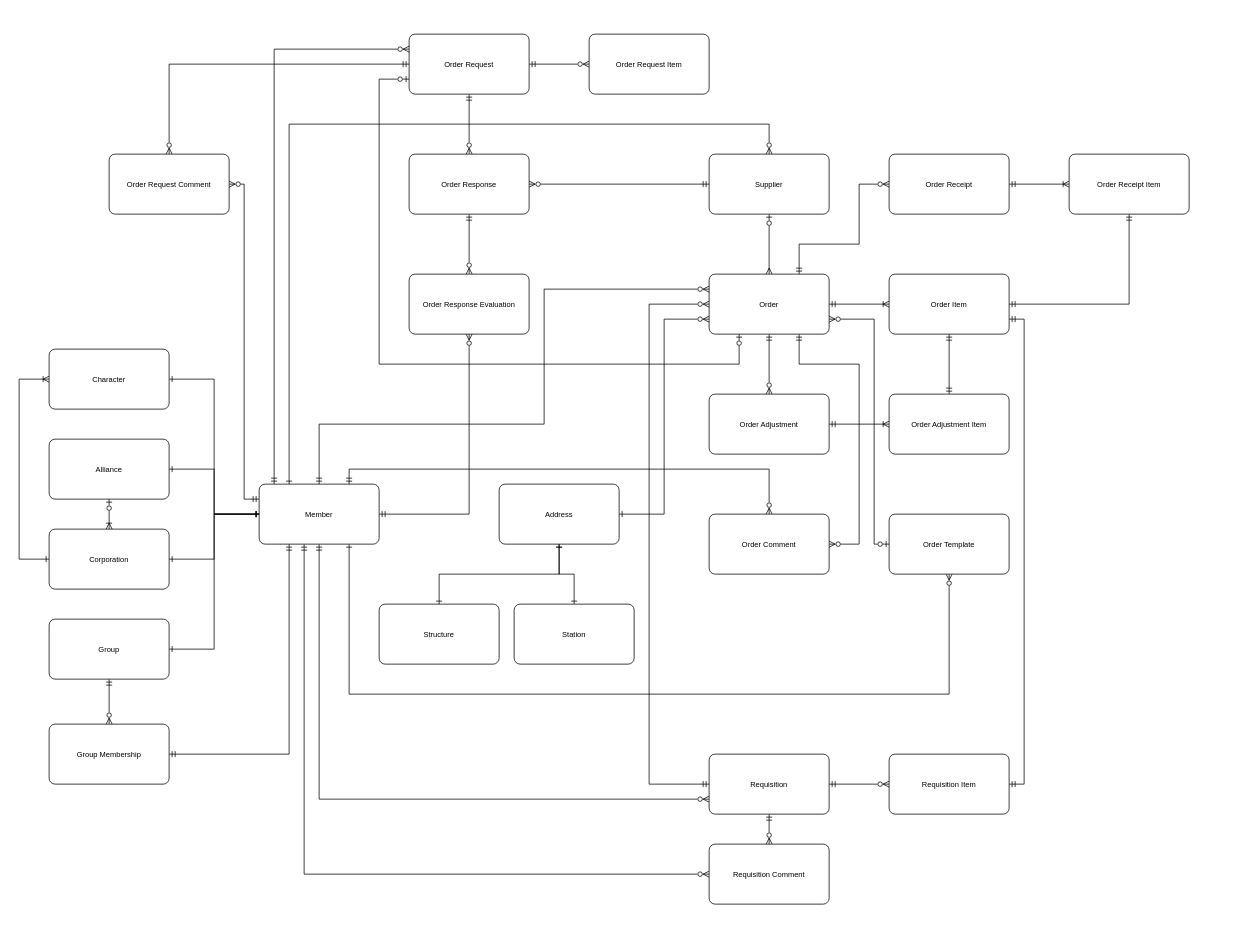
This is page "Master ERD" (1 of 2) of Procurement.drawio from bokoboshahni/jove-diagrams, a draw.io file, before an edit. Source tidied: cells renumbered, new cells numbered last; positions are measured from the earlier drawing's top-left corner, leaving out a move shared by most shapes. Both pictures are drawn from the tidied source at 75%, with x=0, y=0 at pixel (19, 34).
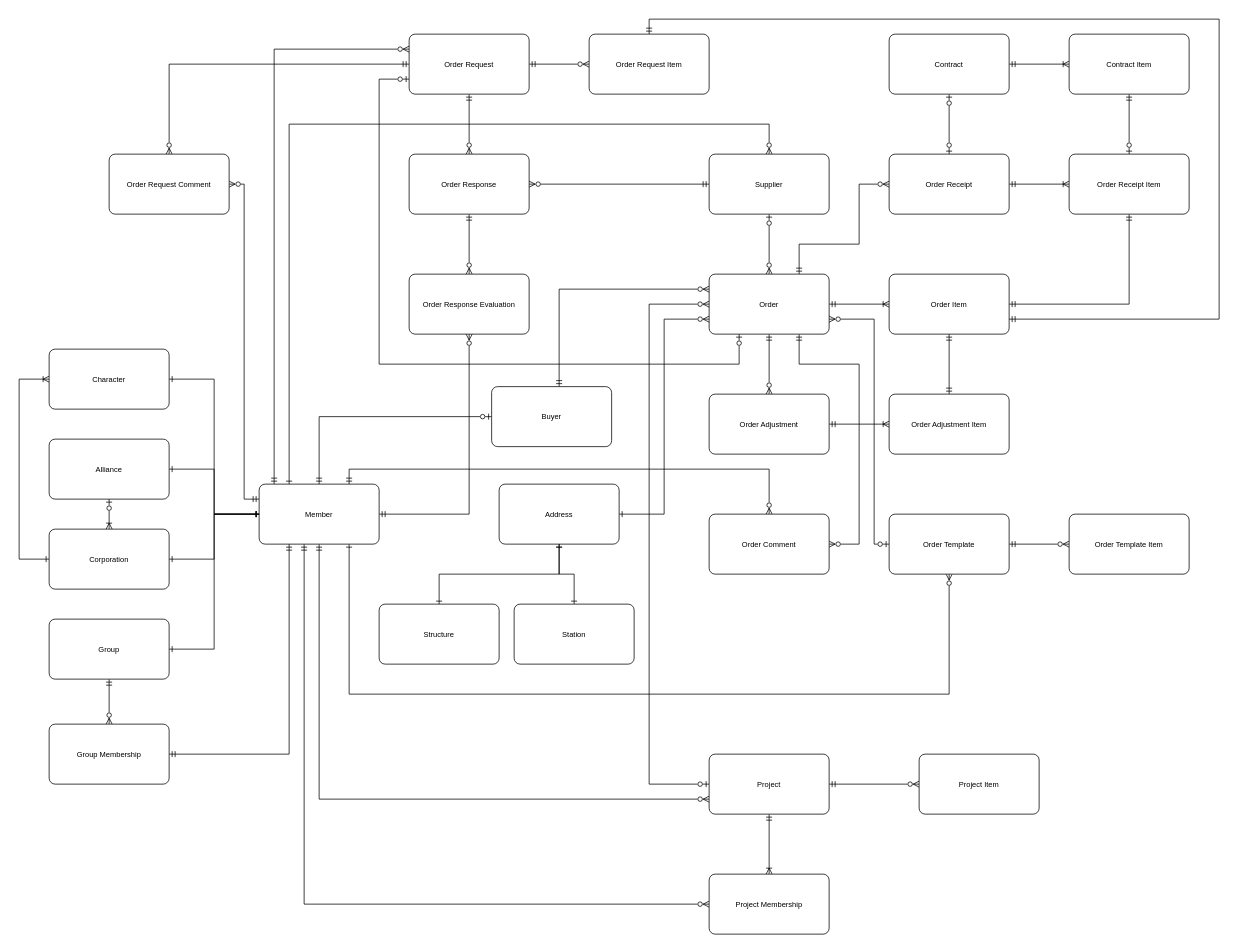
The same page after the edit.

The change refers to these unchanged cells:
```xml
<mxCell id="7" value="Order" style="rounded=1;arcSize=10;whiteSpace=wrap;html=1;align=center;fontSize=10;" parent="1" vertex="1">
  <mxGeometry x="920" y="320" width="160" height="80" as="geometry" />
</mxCell>
<mxCell id="9" value="Order Item" style="rounded=1;arcSize=10;whiteSpace=wrap;html=1;align=center;fontSize=10;" parent="1" vertex="1">
  <mxGeometry x="1160" y="320" width="160" height="80" as="geometry" />
</mxCell>
<mxCell id="19" value="Order Request Item" style="rounded=1;arcSize=10;whiteSpace=wrap;html=1;align=center;fontSize=10;" parent="1" vertex="1">
  <mxGeometry x="760" width="160" height="80" as="geometry" />
</mxCell>
<mxCell id="25" value="Supplier" style="rounded=1;arcSize=10;whiteSpace=wrap;html=1;align=center;fontSize=10;" parent="1" vertex="1">
  <mxGeometry x="920" y="160" width="160" height="80" as="geometry" />
</mxCell>
<mxCell id="27" value="Order Receipt" style="rounded=1;arcSize=10;whiteSpace=wrap;html=1;align=center;fontSize=10;" parent="1" vertex="1">
  <mxGeometry x="1160" y="160" width="160" height="80" as="geometry" />
</mxCell>
<mxCell id="41" value="Member" style="rounded=1;arcSize=10;whiteSpace=wrap;html=1;align=center;fontSize=10;" parent="1" vertex="1">
  <mxGeometry x="320" y="600" width="160" height="80" as="geometry" />
</mxCell>
<mxCell id="43" value="Order Receipt Item" style="rounded=1;arcSize=10;whiteSpace=wrap;html=1;align=center;fontSize=10;" parent="1" vertex="1">
  <mxGeometry x="1400" y="160" width="160" height="80" as="geometry" />
</mxCell>
<mxCell id="61" value="Order Template" style="rounded=1;arcSize=10;whiteSpace=wrap;html=1;align=center;fontSize=10;" parent="1" vertex="1">
  <mxGeometry x="1160" y="640" width="160" height="80" as="geometry" />
</mxCell>
```

Diff of the diagram source:
```diff
@@
-    <mxCell id="2" style="edgeStyle=orthogonalEdgeStyle;rounded=0;jettySize=auto;html=1;fontSize=10;endArrow=ERzeroToOne;endFill=0;startArrow=ERmany;startFill=0;" parent="1" edge="1" source="7" target="25">
+    <mxCell id="2" style="edgeStyle=orthogonalEdgeStyle;rounded=0;jettySize=auto;html=1;fontSize=10;endArrow=ERzeroToOne;endFill=0;startArrow=ERzeroToMany;startFill=0;" parent="1" edge="1" source="7" target="25">
       <mxGeometry relative="1" as="geometry" />
     </mxCell>
@@
-    <mxCell id="8" style="edgeStyle=orthogonalEdgeStyle;rounded=0;jettySize=auto;html=1;entryX=1;entryY=0.5;entryDx=0;entryDy=0;fontSize=10;startArrow=ERmandOne;startFill=0;endArrow=ERmandOne;endFill=0;" parent="1" edge="1" source="9" target="67">
-      <mxGeometry relative="1" as="geometry">
-        <Array as="points">
-          <mxPoint x="1340" y="380" />
-          <mxPoint x="1340" y="1000" />
-        </Array>
-      </mxGeometry>
-    </mxCell>
@@
+    <mxCell id="68" style="edgeStyle=orthogonalEdgeStyle;rounded=0;jettySize=auto;html=1;fontSize=10;startArrow=ERmandOne;startFill=0;endArrow=ERmandOne;endFill=0;strokeWidth=1;" parent="1" edge="1" source="19" target="9">
+      <mxGeometry relative="1" as="geometry">
+        <Array as="points">
+          <mxPoint x="840" y="-20" />
+          <mxPoint x="1600" y="-20" />
+          <mxPoint x="1600" y="380" />
+        </Array>
+      </mxGeometry>
+    </mxCell>
@@
+    <mxCell id="69" style="edgeStyle=orthogonalEdgeStyle;rounded=0;jettySize=auto;html=1;startArrow=ERzeroToOne;startFill=0;endArrow=ERzeroToOne;endFill=0;" parent="1" edge="1" source="27" target="77">
+      <mxGeometry relative="1" as="geometry" />
+    </mxCell>
@@
-    <mxCell id="35" style="edgeStyle=orthogonalEdgeStyle;rounded=0;jettySize=auto;html=1;entryX=0;entryY=0.25;entryDx=0;entryDy=0;fontSize=10;startArrow=ERmandOne;startFill=0;endArrow=ERzeroToMany;endFill=0;" parent="1" edge="1" source="41" target="7">
+    <mxCell id="35" style="edgeStyle=orthogonalEdgeStyle;rounded=0;jettySize=auto;html=1;fontSize=10;startArrow=ERmandOne;startFill=0;endArrow=ERzeroToOne;endFill=0;" parent="1" edge="1" source="41" target="80">
       <mxGeometry relative="1" as="geometry">
         <Array as="points">
-          <mxPoint x="400" y="520" />
-          <mxPoint x="700" y="520" />
-          <mxPoint x="700" y="340" />
+          <mxPoint x="400" y="510" />
         </Array>
       </mxGeometry>
     </mxCell>
@@
-    <mxCell id="40" style="edgeStyle=orthogonalEdgeStyle;rounded=0;jettySize=auto;html=1;entryX=0;entryY=0.5;entryDx=0;entryDy=0;fontSize=10;startArrow=ERmandOne;startFill=0;endArrow=ERzeroToMany;endFill=0;" parent="1" edge="1" source="41" target="66">
-      <mxGeometry relative="1" as="geometry">
-        <Array as="points">
-          <mxPoint x="380" y="1120" />
-        </Array>
-      </mxGeometry>
-    </mxCell>
+    <mxCell id="70" style="edgeStyle=orthogonalEdgeStyle;rounded=0;jettySize=auto;html=1;entryX=0;entryY=0.5;entryDx=0;entryDy=0;startArrow=ERmandOne;startFill=0;endArrow=ERzeroToMany;endFill=0;" parent="1" edge="1" source="41" target="75">
+      <mxGeometry relative="1" as="geometry">
+        <Array as="points">
+          <mxPoint x="380" y="1160" />
+        </Array>
+      </mxGeometry>
+    </mxCell>
@@
+    <mxCell id="71" style="edgeStyle=orthogonalEdgeStyle;rounded=0;jettySize=auto;html=1;startArrow=ERzeroToOne;startFill=0;endArrow=ERmandOne;endFill=0;" parent="1" edge="1" source="43" target="78">
+      <mxGeometry relative="1" as="geometry" />
+    </mxCell>
@@
+    <mxCell id="72" style="edgeStyle=orthogonalEdgeStyle;rounded=0;jettySize=auto;html=1;fontSize=10;startArrow=ERmandOne;startFill=0;endArrow=ERzeroToMany;endFill=0;strokeWidth=1;" parent="1" edge="1" source="61" target="82">
+      <mxGeometry relative="1" as="geometry" />
+    </mxCell>
@@
-    <mxCell id="62" style="edgeStyle=orthogonalEdgeStyle;rounded=0;jettySize=auto;html=1;fontSize=10;startArrow=ERmandOne;startFill=0;endArrow=ERzeroToMany;endFill=0;" parent="1" edge="1" source="65" target="7">
+    <mxCell id="62" style="edgeStyle=orthogonalEdgeStyle;rounded=0;jettySize=auto;html=1;fontSize=10;startArrow=ERzeroToOne;startFill=0;endArrow=ERzeroToMany;endFill=0;" parent="1" edge="1" source="65" target="7">
       <mxGeometry relative="1" as="geometry">
         <Array as="points">
           <mxPoint x="840" y="1000" />
           <mxPoint x="840" y="360" />
         </Array>
       </mxGeometry>
     </mxCell>
-    <mxCell id="63" style="edgeStyle=orthogonalEdgeStyle;rounded=0;jettySize=auto;html=1;fontSize=10;startArrow=ERmandOne;startFill=0;endArrow=ERzeroToMany;endFill=0;" parent="1" edge="1" source="65" target="66">
-      <mxGeometry relative="1" as="geometry" />
-    </mxCell>
-    <mxCell id="64" style="edgeStyle=orthogonalEdgeStyle;rounded=0;jettySize=auto;html=1;fontSize=10;startArrow=ERmandOne;startFill=0;endArrow=ERzeroToMany;endFill=0;" parent="1" edge="1" source="65" target="67">
-      <mxGeometry relative="1" as="geometry" />
-    </mxCell>
+    <mxCell id="73" style="edgeStyle=orthogonalEdgeStyle;rounded=0;jettySize=auto;html=1;startArrow=ERmandOne;startFill=0;endArrow=ERoneToMany;endFill=0;" parent="1" edge="1" source="65" target="75">
+      <mxGeometry relative="1" as="geometry" />
+    </mxCell>
+    <mxCell id="74" style="edgeStyle=orthogonalEdgeStyle;rounded=0;jettySize=auto;html=1;fontSize=10;startArrow=ERmandOne;startFill=0;endArrow=ERzeroToMany;endFill=0;strokeWidth=1;" parent="1" edge="1" source="65" target="81">
+      <mxGeometry relative="1" as="geometry" />
+    </mxCell>
-    <mxCell id="65" value="Requisition" style="rounded=1;arcSize=10;whiteSpace=wrap;html=1;align=center;fontSize=10;" parent="1" vertex="1">
+    <mxCell id="65" value="Project" style="rounded=1;arcSize=10;whiteSpace=wrap;html=1;align=center;fontSize=10;" parent="1" vertex="1">
       <mxGeometry x="920" y="960" width="160" height="80" as="geometry" />
     </mxCell>
-    <mxCell id="66" value="Requisition Comment" style="rounded=1;arcSize=10;whiteSpace=wrap;html=1;align=center;fontSize=10;" parent="1" vertex="1">
-      <mxGeometry x="920" y="1080" width="160" height="80" as="geometry" />
-    </mxCell>
-    <mxCell id="67" value="Requisition Item" style="rounded=1;arcSize=10;whiteSpace=wrap;html=1;align=center;fontSize=10;" parent="1" vertex="1">
-      <mxGeometry x="1160" y="960" width="160" height="80" as="geometry" />
-    </mxCell>
+    <mxCell id="75" value="Project Membership" style="rounded=1;arcSize=10;whiteSpace=wrap;html=1;align=center;fontSize=10;" parent="1" vertex="1">
+      <mxGeometry x="920" y="1120" width="160" height="80" as="geometry" />
+    </mxCell>
+    <mxCell id="76" style="edgeStyle=orthogonalEdgeStyle;rounded=0;jettySize=auto;html=1;startArrow=ERmandOne;startFill=0;endArrow=ERoneToMany;endFill=0;" parent="1" edge="1" source="77" target="78">
+      <mxGeometry relative="1" as="geometry" />
+    </mxCell>
+    <mxCell id="77" value="Contract" style="rounded=1;arcSize=10;whiteSpace=wrap;html=1;align=center;fontSize=10;" parent="1" vertex="1">
+      <mxGeometry x="1160" width="160" height="80" as="geometry" />
+    </mxCell>
+    <mxCell id="78" value="Contract Item" style="rounded=1;arcSize=10;whiteSpace=wrap;html=1;align=center;fontSize=10;" parent="1" vertex="1">
+      <mxGeometry x="1400" width="160" height="80" as="geometry" />
+    </mxCell>
+    <mxCell id="79" style="edgeStyle=orthogonalEdgeStyle;rounded=0;jettySize=auto;html=1;entryX=0;entryY=0.25;entryDx=0;entryDy=0;startArrow=ERmandOne;startFill=0;endArrow=ERzeroToMany;endFill=0;" parent="1" edge="1" source="80" target="7">
+      <mxGeometry relative="1" as="geometry">
+        <Array as="points">
+          <mxPoint x="720" y="340" />
+        </Array>
+      </mxGeometry>
+    </mxCell>
+    <mxCell id="80" value="Buyer" style="rounded=1;arcSize=10;whiteSpace=wrap;html=1;align=center;fontSize=10;" parent="1" vertex="1">
+      <mxGeometry x="630" y="470" width="160" height="80" as="geometry" />
+    </mxCell>
+    <mxCell id="81" value="Project Item" style="rounded=1;arcSize=10;whiteSpace=wrap;html=1;align=center;fontSize=10;" parent="1" vertex="1">
+      <mxGeometry x="1200" y="960" width="160" height="80" as="geometry" />
+    </mxCell>
+    <mxCell id="82" value="Order Template Item" style="rounded=1;arcSize=10;whiteSpace=wrap;html=1;align=center;fontSize=10;" parent="1" vertex="1">
+      <mxGeometry x="1400" y="640" width="160" height="80" as="geometry" />
+    </mxCell>
```
